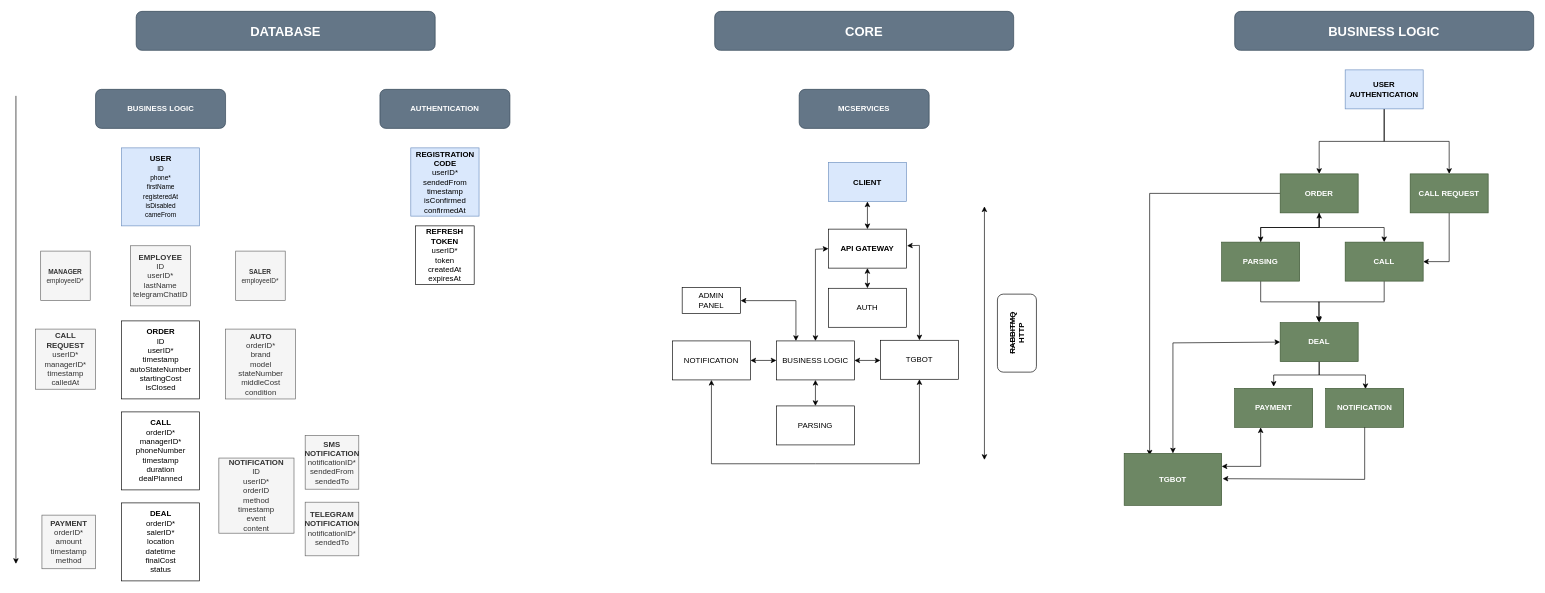
The draw.io diagram docs/AppDiagram.drawio in Dahaka1/GetAuto, before the edit. Source tidied: cells renumbered, new cells numbered last; positions are measured from the earlier drawing's top-left corner, leaving out a move shared by most shapes. Both pictures are drawn from the tidied source at 65%, with x=0, y=0 at pixel (16, 11).
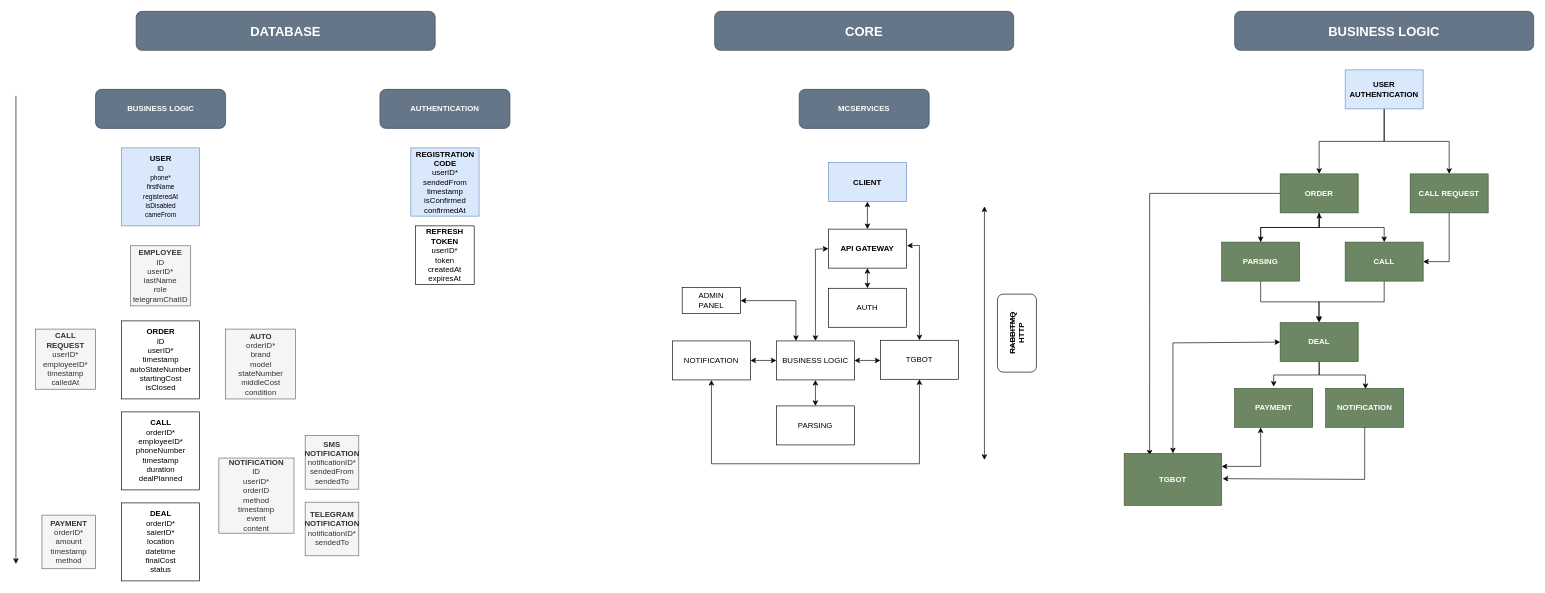
The same page after the edit.

What changed in the source:
```diff
@@
-    <mxCell id="5" value="&lt;b&gt;CALL&lt;br&gt;&lt;/b&gt;orderID*&lt;br&gt;managerID*&lt;br&gt;phoneNumber&lt;br&gt;timestamp&lt;br&gt;duration&lt;br&gt;dealPlanned" style="whiteSpace=wrap;html=1;" parent="1" vertex="1">
+    <mxCell id="5" value="&lt;b&gt;CALL&lt;br&gt;&lt;/b&gt;orderID*&lt;br&gt;employeeID*&lt;br&gt;phoneNumber&lt;br&gt;timestamp&lt;br&gt;duration&lt;br&gt;dealPlanned" style="whiteSpace=wrap;html=1;" parent="1" vertex="1">
       <mxGeometry x="162.5" y="616.2" width="120" height="120" as="geometry" />
     </mxCell>
@@
-    <mxCell id="7" value="&lt;font style=&quot;font-size: 10px;&quot;&gt;&lt;b&gt;MANAGER&lt;br&gt;&lt;/b&gt;employeeID*&lt;br&gt;&lt;/font&gt;" style="whiteSpace=wrap;html=1;fillColor=#f5f5f5;strokeColor=#666666;fontColor=#333333;" parent="1" vertex="1">
-      <mxGeometry x="38.1" y="368.8" width="76.2" height="76.2" as="geometry" />
-    </mxCell>
-    <mxCell id="8" value="&lt;font style=&quot;font-size: 10px;&quot;&gt;&lt;b&gt;SALER&lt;br&gt;&lt;/b&gt;employeeID*&lt;br&gt;&lt;/font&gt;" style="whiteSpace=wrap;html=1;fillColor=#f5f5f5;strokeColor=#666666;fontColor=#333333;" parent="1" vertex="1">
-      <mxGeometry x="338.1" y="368.8" width="76.2" height="76.2" as="geometry" />
-    </mxCell>
@@
-    <mxCell id="15" value="&lt;b&gt;CALL&lt;/b&gt;&lt;br&gt;&lt;b&gt;REQUEST&lt;br&gt;&lt;/b&gt;userID*&lt;br&gt;managerID*&lt;br&gt;timestamp&lt;br&gt;calledAt" style="whiteSpace=wrap;html=1;fillColor=#f5f5f5;fontColor=#333333;strokeColor=#666666;" parent="1" vertex="1">
+    <mxCell id="15" value="&lt;b&gt;CALL&lt;/b&gt;&lt;br&gt;&lt;b&gt;REQUEST&lt;br&gt;&lt;/b&gt;userID*&lt;br&gt;employeeID*&lt;br&gt;timestamp&lt;br&gt;calledAt" style="whiteSpace=wrap;html=1;fillColor=#f5f5f5;fontColor=#333333;strokeColor=#666666;" parent="1" vertex="1">
       <mxGeometry x="30" y="488.8" width="92.5" height="92.5" as="geometry" />
     </mxCell>
@@
-    <mxCell id="65" value="&lt;b&gt;EMPLOYEE&lt;/b&gt;&lt;br&gt;ID&lt;br&gt;userID*&lt;br&gt;lastName&lt;br&gt;telegramChatID" style="whiteSpace=wrap;html=1;fillColor=#f5f5f5;fontColor=#333333;strokeColor=#666666;" parent="1" vertex="1">
+    <mxCell id="65" value="&lt;b&gt;EMPLOYEE&lt;/b&gt;&lt;br&gt;ID&lt;br&gt;userID*&lt;br&gt;lastName&lt;br&gt;role&lt;br&gt;telegramChatID" style="whiteSpace=wrap;html=1;fillColor=#f5f5f5;fontColor=#333333;strokeColor=#666666;" parent="1" vertex="1">
       <mxGeometry x="176.2" y="360.6" width="92.5" height="92.5" as="geometry" />
     </mxCell>
```
